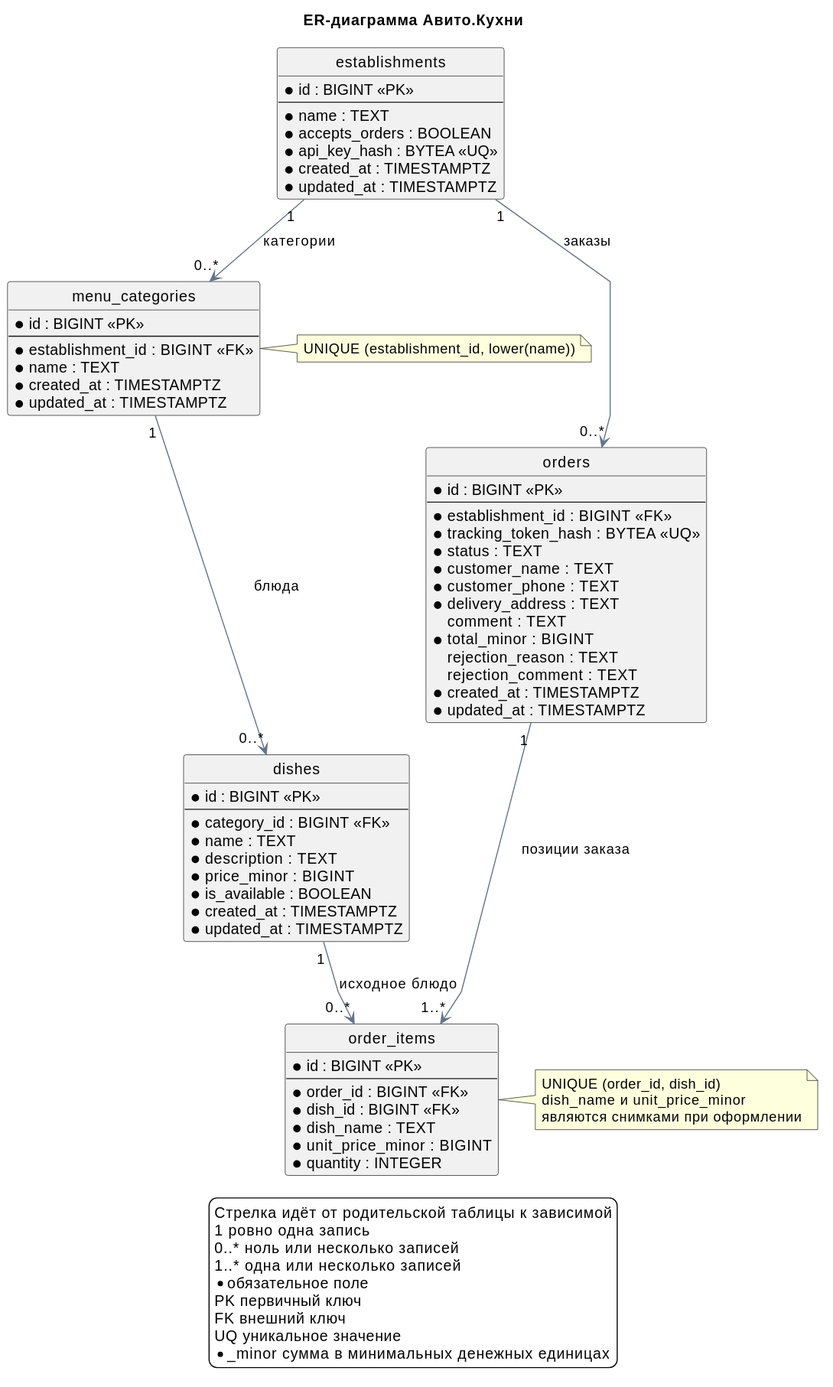
Before: docs/diagrams/database-erd.svg, a diagram exported from PlantUML (DevDashkovsky/kitchen-avito).
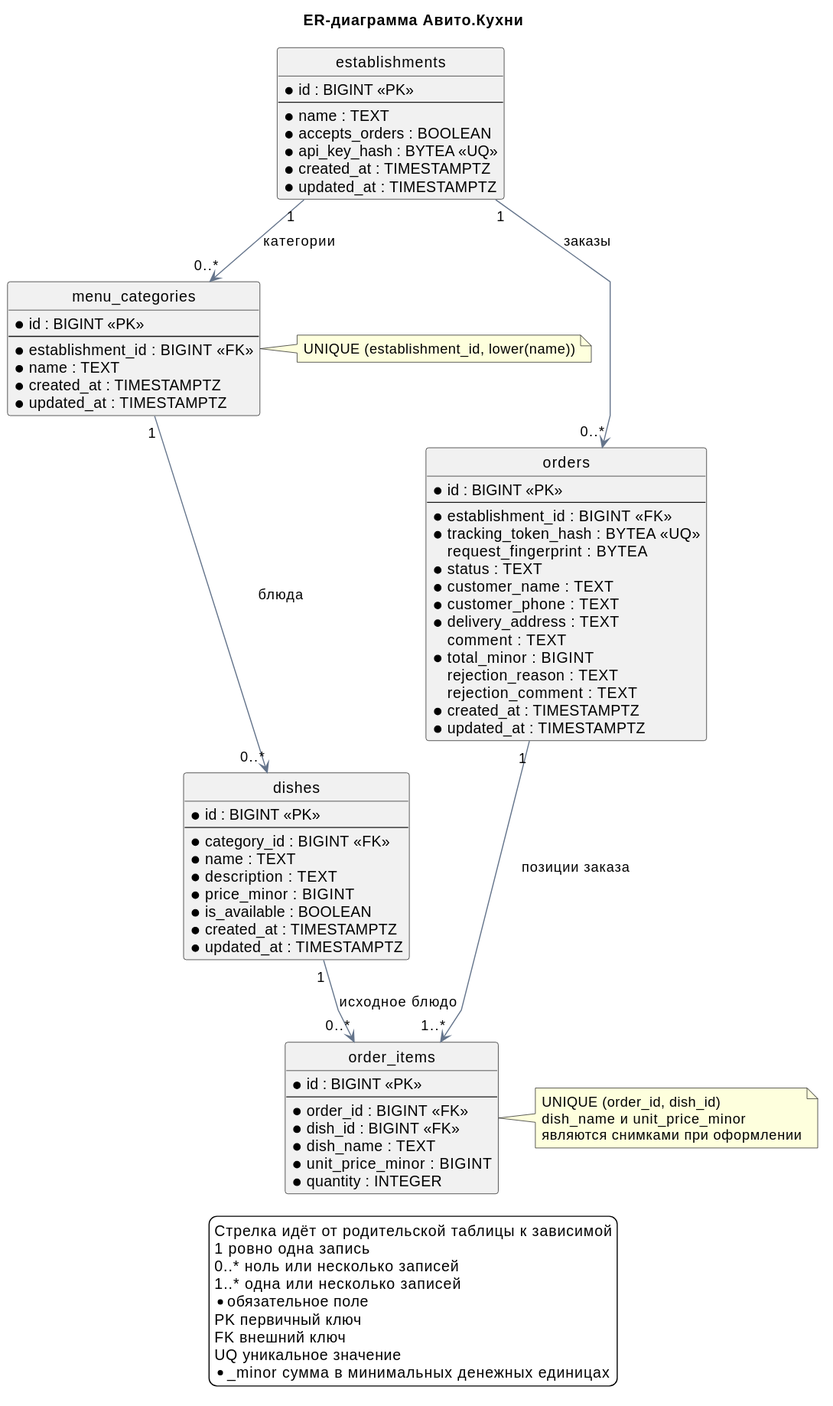
Above is the later version.

Diff of the diagram source:
```diff
@@ -51,6 +51,7 @@
   --
   * establishment_id : BIGINT <<FK>>
   * tracking_token_hash : BYTEA <<UQ>>
+  request_fingerprint : BYTEA
   * status : TEXT
   * customer_name : TEXT
   * customer_phone : TEXT
```
